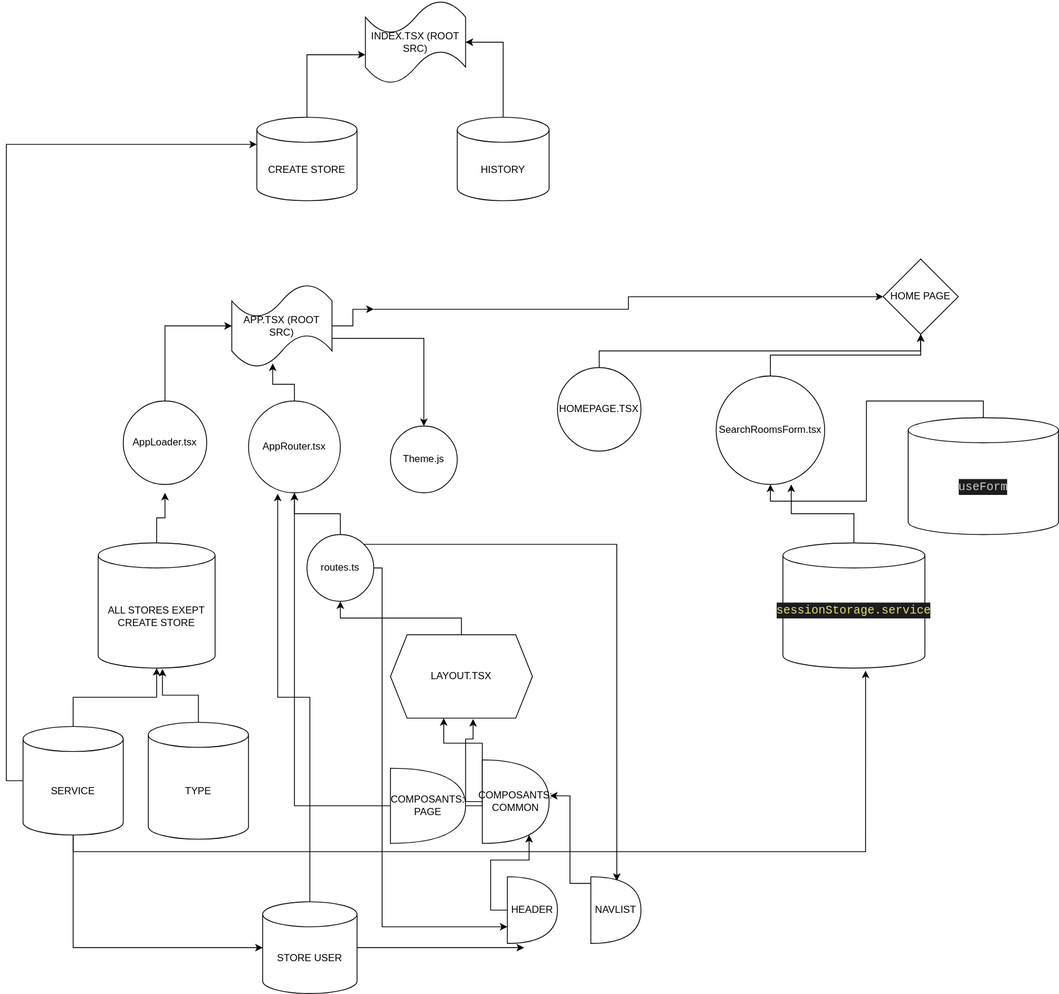
sourisooo/BOOKING-PROJET-2 keeps this draw.io diagram as HOME PAGE FLOW.drawio.svg. Above is the earlier version. Source tidied: cells renumbered, new cells last; positions are measured from the earlier drawing's top-left corner, leaving out a move shared by most shapes.
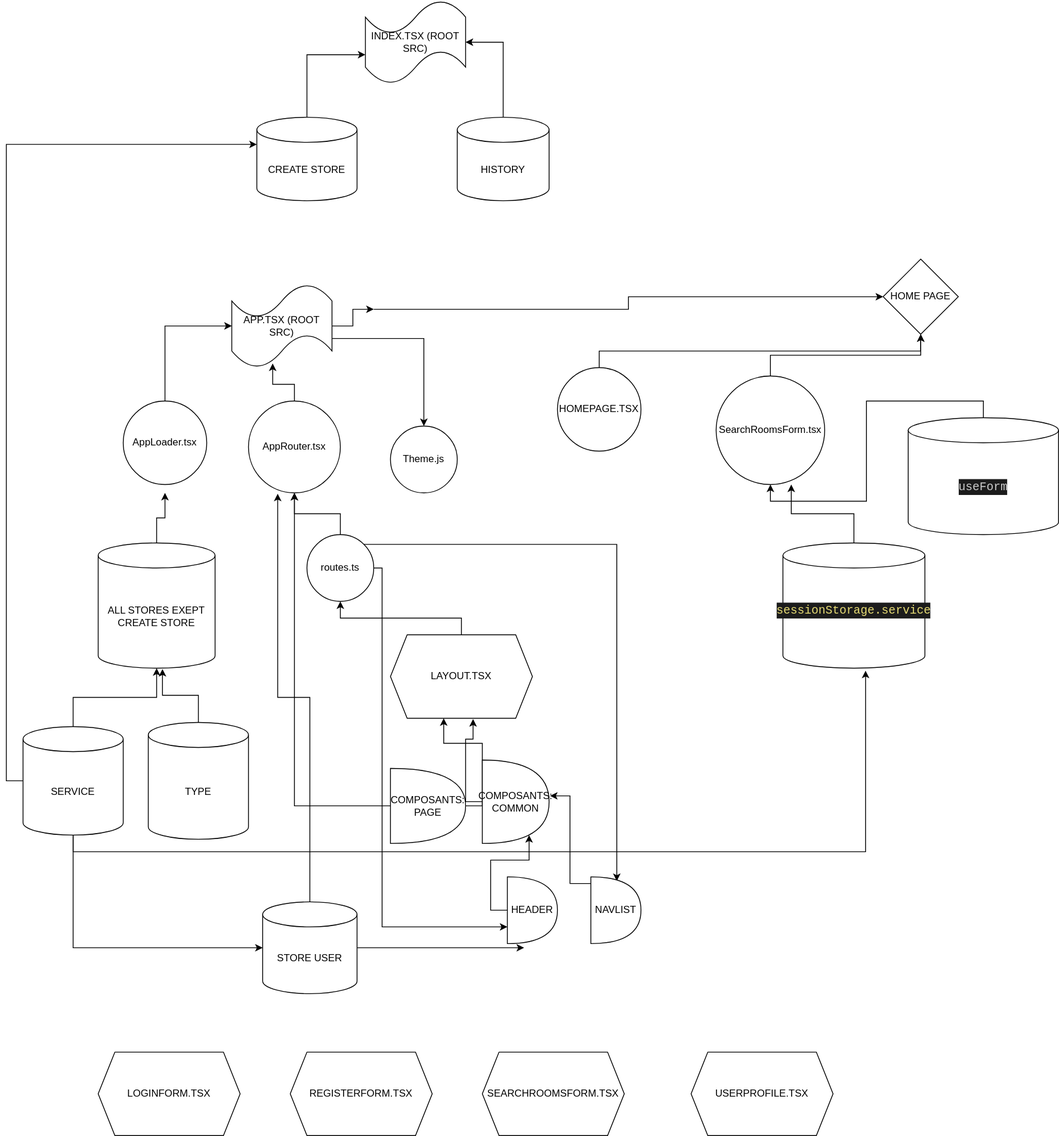
Later version of the same file.

Commit message:
Mettre à jour HOME PAGE FLOW.drawio.svg

What changed in the source:
```diff
@@ -168,5 +168,17 @@
     <mxCell id="52" value="NAVLIST" style="shape=or;whiteSpace=wrap;html=1;" parent="1" vertex="1">
       <mxGeometry x="680" y="1050" width="60" height="80" as="geometry" />
     </mxCell>
+    <mxCell id="53" value="LOGINFORM.TSX" style="shape=hexagon;perimeter=hexagonPerimeter2;whiteSpace=wrap;html=1;fixedSize=1;" parent="1" vertex="1">
+      <mxGeometry x="90" y="1260" width="170" height="100" as="geometry" />
+    </mxCell>
+    <mxCell id="54" value="REGISTERFORM.TSX" style="shape=hexagon;perimeter=hexagonPerimeter2;whiteSpace=wrap;html=1;fixedSize=1;" parent="1" vertex="1">
+      <mxGeometry x="320" y="1260" width="170" height="100" as="geometry" />
+    </mxCell>
+    <mxCell id="55" value="SEARCHROOMSFORM.TSX" style="shape=hexagon;perimeter=hexagonPerimeter2;whiteSpace=wrap;html=1;fixedSize=1;" parent="1" vertex="1">
+      <mxGeometry x="550" y="1260" width="170" height="100" as="geometry" />
+    </mxCell>
+    <mxCell id="56" value="USERPROFILE.TSX" style="shape=hexagon;perimeter=hexagonPerimeter2;whiteSpace=wrap;html=1;fixedSize=1;" parent="1" vertex="1">
+      <mxGeometry x="800" y="1260" width="170" height="100" as="geometry" />
+    </mxCell>
   </root>
 </mxGraphModel>
```
